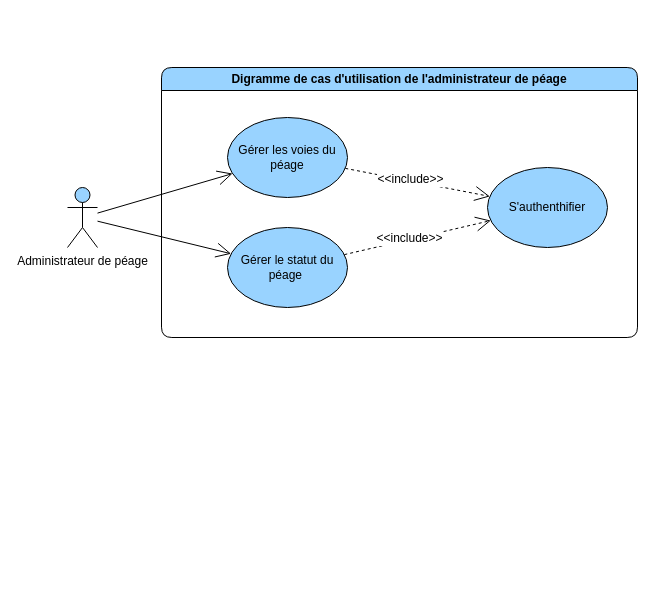
Above: page "general" (1 of 4) of diagrams/use-case/administrateur-de-peage.drawio in devlotfi/peage-pay (draw.io), before the change. Source tidied: cells renumbered, new cells numbered last; positions are measured from the earlier drawing's top-left corner, leaving out a move shared by most shapes. Both pictures are drawn from the tidied source at 100%, with x=0, y=0 at pixel (67, 67).
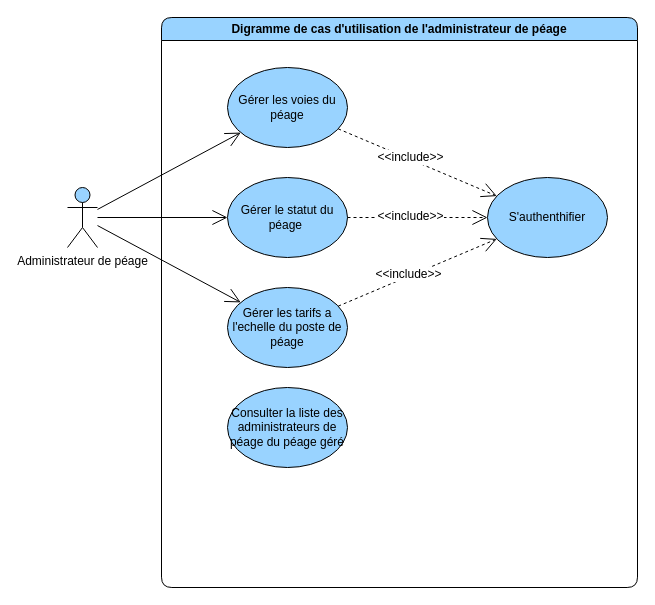
Above is the later version.

What changed in the source:
```diff
@@
 <mxGraphModel>
   <root>
     <mxCell id="0" />
     <mxCell id="1" parent="0" />
     <mxCell id="2" value="Digramme de cas d'utilisation de l'administrateur de péage" style="swimlane;whiteSpace=wrap;html=1;rounded=1;fillColor=#99D3FF;" parent="1" vertex="1">
-      <mxGeometry x="94" width="476" height="270" as="geometry" />
+      <mxGeometry x="94" y="-50" width="476" height="570" as="geometry" />
     </mxCell>
     <mxCell id="3" style="edgeStyle=none;rounded=0;jettySize=auto;html=1;strokeColor=default;align=center;verticalAlign=middle;fontFamily=Helvetica;fontSize=12;fontColor=default;labelBackgroundColor=default;startSize=6;endArrow=open;endFill=0;endSize=13;dashed=1;" parent="2" edge="1" source="5" target="6">
       <mxGeometry relative="1" as="geometry" />
     </mxCell>
     <mxCell id="4" value="&amp;lt;&amp;lt;include&amp;gt;&amp;gt;" style="edgeLabel;html=1;align=center;verticalAlign=middle;strokeColor=default;fontFamily=Helvetica;fontSize=12;fontColor=default;labelBackgroundColor=default;fillColor=#99D3FF;" parent="3" vertex="1">
       <mxGeometry x="-0.11" y="2" relative="1" as="geometry" />
     </mxCell>
     <mxCell id="5" value="Gérer les voies du péage" style="ellipse;whiteSpace=wrap;html=1;strokeColor=default;align=center;verticalAlign=middle;fontFamily=Helvetica;fontSize=12;fontColor=default;fillColor=#99D3FF;" parent="2" vertex="1">
       <mxGeometry x="66" y="50" width="120" height="80" as="geometry" />
     </mxCell>
     <mxCell id="6" value="S'authenthifier" style="ellipse;whiteSpace=wrap;html=1;strokeColor=default;align=center;verticalAlign=middle;fontFamily=Helvetica;fontSize=12;fontColor=default;fillColor=#99D3FF;" parent="2" vertex="1">
-      <mxGeometry x="326" y="100" width="120" height="80" as="geometry" />
+      <mxGeometry x="326" y="160" width="120" height="80" as="geometry" />
     </mxCell>
     <mxCell id="7" value="Gérer le statut du péage&amp;nbsp;" style="ellipse;whiteSpace=wrap;html=1;strokeColor=default;align=center;verticalAlign=middle;fontFamily=Helvetica;fontSize=12;fontColor=default;fillColor=#99D3FF;" parent="2" vertex="1">
       <mxGeometry x="66" y="160" width="120" height="80" as="geometry" />
     </mxCell>
     <mxCell id="8" style="edgeStyle=none;rounded=0;jettySize=auto;html=1;strokeColor=default;align=center;verticalAlign=middle;fontFamily=Helvetica;fontSize=12;fontColor=default;labelBackgroundColor=default;startSize=6;endArrow=open;endFill=0;endSize=13;dashed=1;" parent="2" edge="1" source="7" target="6">
       <mxGeometry relative="1" as="geometry" />
     </mxCell>
     <mxCell id="9" value="&amp;lt;&amp;lt;include&amp;gt;&amp;gt;" style="edgeLabel;html=1;align=center;verticalAlign=middle;strokeColor=default;fontFamily=Helvetica;fontSize=12;fontColor=default;labelBackgroundColor=default;fillColor=#99D3FF;" parent="8" vertex="1">
       <mxGeometry x="-0.11" y="2" relative="1" as="geometry" />
     </mxCell>
+    <mxCell id="13" value="Gérer les tarifs a l'echelle du poste de péage" style="ellipse;whiteSpace=wrap;html=1;strokeColor=default;align=center;verticalAlign=middle;fontFamily=Helvetica;fontSize=12;fontColor=default;fillColor=#99D3FF;" parent="2" vertex="1">
+      <mxGeometry x="66" y="270" width="120" height="80" as="geometry" />
+    </mxCell>
+    <mxCell id="14" style="edgeStyle=none;rounded=0;jettySize=auto;html=1;strokeColor=default;align=center;verticalAlign=middle;fontFamily=Helvetica;fontSize=12;fontColor=default;labelBackgroundColor=default;startSize=6;endArrow=open;endFill=0;endSize=13;dashed=1;" parent="2" edge="1" source="13" target="6">
+      <mxGeometry relative="1" as="geometry" />
+    </mxCell>
+    <mxCell id="15" value="&amp;lt;&amp;lt;include&amp;gt;&amp;gt;" style="edgeLabel;html=1;align=center;verticalAlign=middle;strokeColor=default;fontFamily=Helvetica;fontSize=12;fontColor=default;labelBackgroundColor=default;fillColor=#99D3FF;" parent="14" vertex="1">
+      <mxGeometry x="-0.11" y="2" relative="1" as="geometry" />
+    </mxCell>
+    <mxCell id="16" value="Consulter la liste des administrateurs de péage du péage géré" style="ellipse;whiteSpace=wrap;html=1;strokeColor=default;align=center;verticalAlign=middle;fontFamily=Helvetica;fontSize=12;fontColor=default;fillColor=#99D3FF;" parent="2" vertex="1">
+      <mxGeometry x="66" y="370" width="120" height="80" as="geometry" />
+    </mxCell>
     <mxCell id="10" style="rounded=0;jettySize=auto;html=1;fontFamily=Helvetica;fontSize=12;fontColor=default;endArrow=open;endFill=0;startSize=6;endSize=13;" parent="1" edge="1" source="11" target="5">
       <mxGeometry relative="1" as="geometry" />
     </mxCell>
     <mxCell id="11" value="Administrateur&amp;nbsp;de péage" style="shape=umlActor;verticalLabelPosition=bottom;verticalAlign=top;html=1;outlineConnect=0;strokeColor=default;align=center;fontFamily=Helvetica;fontSize=12;fontColor=default;fillColor=#99D3FF;" parent="1" vertex="1">
       <mxGeometry y="120" width="30" height="60" as="geometry" />
     </mxCell>
     <mxCell id="12" style="rounded=0;jettySize=auto;html=1;fontFamily=Helvetica;fontSize=12;fontColor=default;endArrow=open;endFill=0;startSize=6;endSize=13;" parent="1" edge="1" source="11" target="7">
       <mxGeometry relative="1" as="geometry" />
     </mxCell>
+    <mxCell id="17" style="rounded=0;jettySize=auto;html=1;fontFamily=Helvetica;fontSize=12;fontColor=default;endArrow=open;endFill=0;startSize=6;endSize=13;" parent="1" edge="1" source="11" target="13">
+      <mxGeometry relative="1" as="geometry" />
+    </mxCell>
   </root>
 </mxGraphModel>
```
